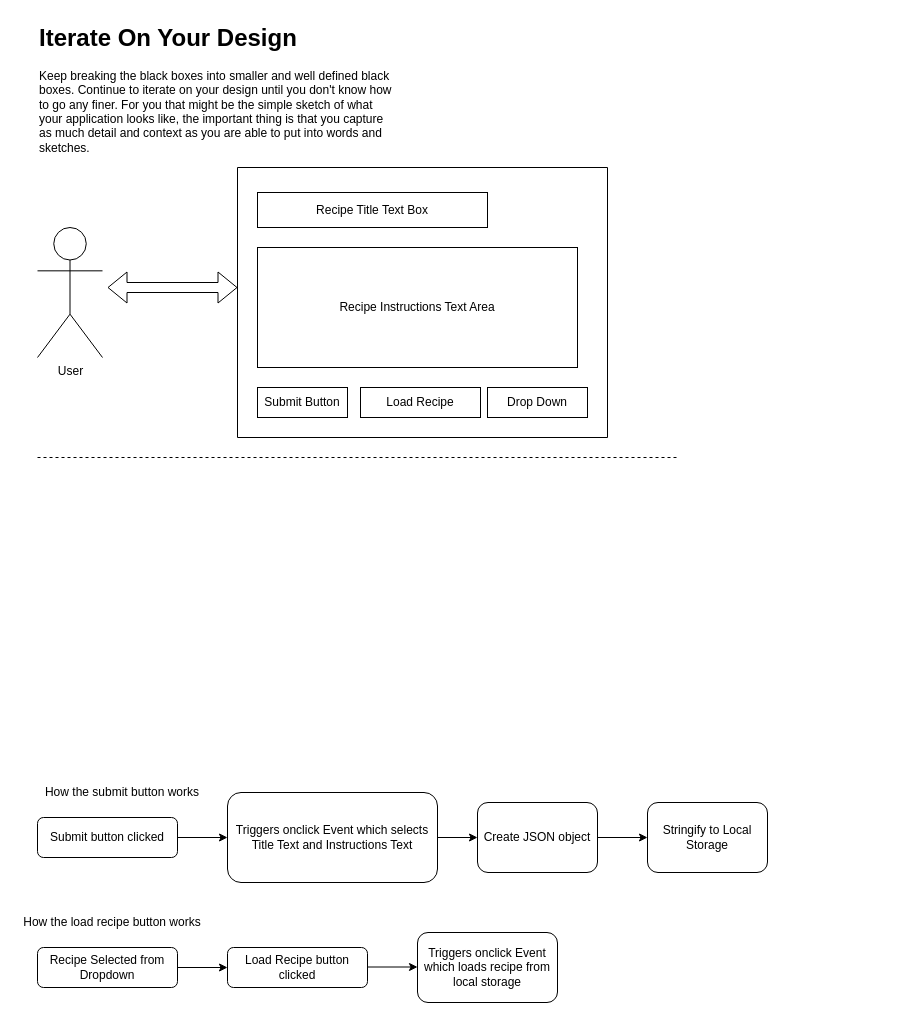
Before: page "Page-5" (4 of 4) of ProceduralManual.drawio in EricOrrDev/Diagrams, a draw.io diagram. Source tidied: cells renumbered, new cells numbered last; positions are measured from the earlier drawing's top-left corner, leaving out a move shared by most shapes. Both pictures are drawn from the tidied source at 100%, with x=0, y=0 at pixel (17, 17).
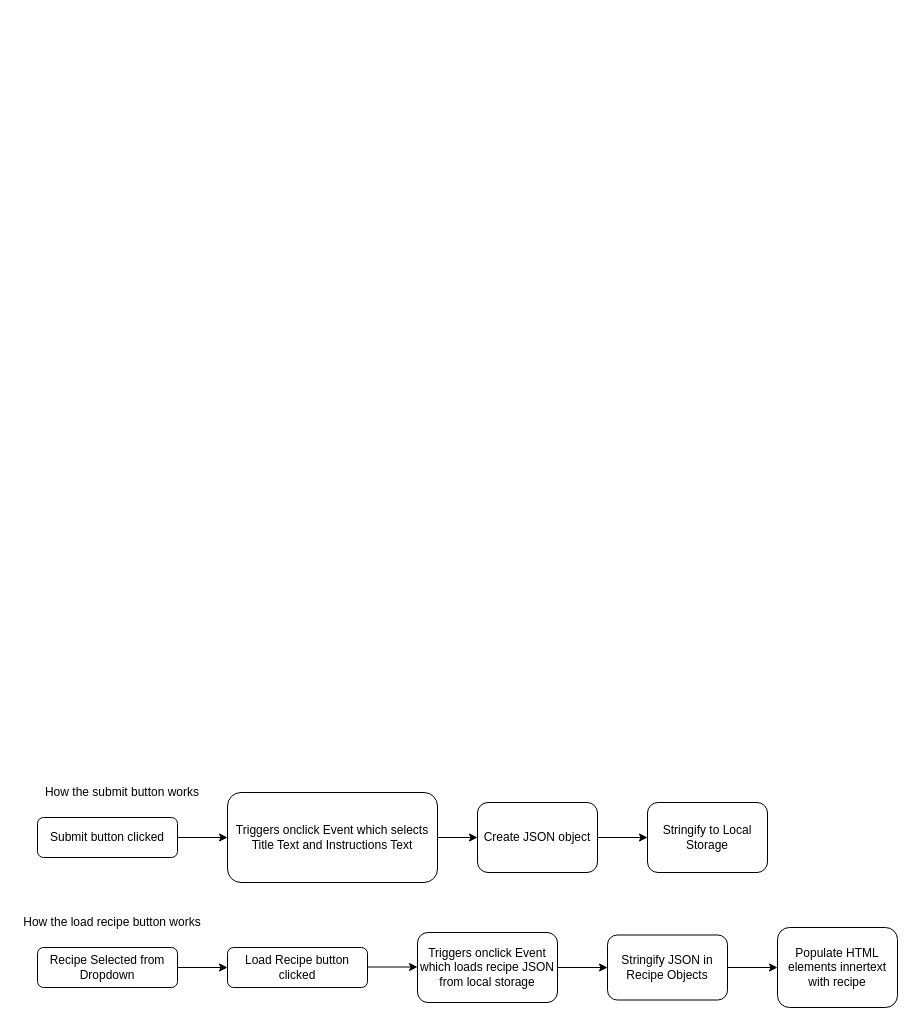
The same diagram, later.

The edit, as a diff of the source:
```diff
@@
-    <mxCell id="2" value="&lt;div&gt;User&lt;/div&gt;" style="shape=umlActor;verticalLabelPosition=bottom;verticalAlign=top;html=1;" parent="1" vertex="1">
-      <mxGeometry x="20" y="210" width="65" height="130" as="geometry" />
-    </mxCell>
-    <mxCell id="3" value="&lt;h1 style=&quot;margin-top: 0px;&quot;&gt;Iterate On Your Design&lt;br&gt;&lt;/h1&gt;&lt;p&gt;Keep breaking the black boxes into smaller and well defined black boxes. Continue to iterate on your design until you don't know how to go any finer. For you that might be the simple sketch of what your application looks like, the important thing is that you capture as much detail and context as you are able to put into words and sketches.&lt;br&gt;&lt;/p&gt;" style="text;html=1;whiteSpace=wrap;overflow=hidden;rounded=0;" parent="1" vertex="1">
-      <mxGeometry x="20" width="360" height="160" as="geometry" />
-    </mxCell>
-    <mxCell id="4" style="swimlane;startSize=0;" parent="1" vertex="1">
-      <mxGeometry x="220" y="150" width="370" height="270" as="geometry" />
-    </mxCell>
-    <mxCell id="5" value="&lt;div&gt;Submit Button&lt;/div&gt;" style="rounded=0;whiteSpace=wrap;html=1;" parent="4" vertex="1">
-      <mxGeometry x="20" y="220" width="90" height="30" as="geometry" />
-    </mxCell>
-    <mxCell id="6" value="Recipe Title Text Box" style="rounded=0;whiteSpace=wrap;html=1;" parent="4" vertex="1">
-      <mxGeometry x="20" y="25" width="230" height="35" as="geometry" />
-    </mxCell>
-    <mxCell id="7" value="Recipe Instructions Text Area" style="rounded=0;whiteSpace=wrap;html=1;" parent="4" vertex="1">
-      <mxGeometry x="20" y="80" width="320" height="120" as="geometry" />
-    </mxCell>
-    <mxCell id="8" value="Drop Down" style="rounded=0;whiteSpace=wrap;html=1;" parent="4" vertex="1">
-      <mxGeometry x="250" y="220" width="100" height="30" as="geometry" />
-    </mxCell>
-    <mxCell id="9" value="Load Recipe" style="rounded=0;whiteSpace=wrap;html=1;" parent="4" vertex="1">
-      <mxGeometry x="123" y="220" width="120" height="30" as="geometry" />
-    </mxCell>
-    <mxCell id="10" style="shape=flexArrow;endArrow=classic;startArrow=classic;html=1;rounded=0;" parent="1" edge="1">
-      <mxGeometry relative="1" as="geometry">
-        <mxPoint x="90" y="270" as="sourcePoint" />
-        <mxPoint x="220" y="270" as="targetPoint" />
-      </mxGeometry>
-    </mxCell>
-    <mxCell id="11" style="endArrow=none;dashed=1;html=1;rounded=0;" parent="1" edge="1">
-      <mxGeometry relative="1" as="geometry">
-        <mxPoint x="20" y="440" as="sourcePoint" />
-        <mxPoint x="660" y="440" as="targetPoint" />
-      </mxGeometry>
-    </mxCell>
@@
-    <mxCell id="25" value="Triggers onclick Event which loads recipe from local storage" style="rounded=1;whiteSpace=wrap;html=1;" parent="1" vertex="1">
+    <mxCell id="25" value="Triggers onclick Event which loads recipe JSON from local storage" style="rounded=1;whiteSpace=wrap;html=1;" parent="1" vertex="1">
       <mxGeometry x="400" y="915" width="140" height="70" as="geometry" />
     </mxCell>
+    <mxCell id="26" style="endArrow=classic;html=1;rounded=0;exitX=1;exitY=0.5;exitDx=0;exitDy=0;" parent="1" edge="1" source="25">
+      <mxGeometry relative="1" as="geometry">
+        <mxPoint x="590" y="950" as="targetPoint" />
+      </mxGeometry>
+    </mxCell>
+    <mxCell id="27" value="Stringify JSON in Recipe Objects" style="rounded=1;whiteSpace=wrap;html=1;" parent="1" vertex="1">
+      <mxGeometry x="590" y="917.5" width="120" height="65" as="geometry" />
+    </mxCell>
+    <mxCell id="28" style="endArrow=classic;html=1;rounded=0;exitX=1;exitY=0.5;exitDx=0;exitDy=0;" parent="1" edge="1" source="27">
+      <mxGeometry relative="1" as="geometry">
+        <mxPoint x="760" y="950" as="targetPoint" />
+      </mxGeometry>
+    </mxCell>
+    <mxCell id="29" value="Populate HTML elements innertext with recipe" style="rounded=1;whiteSpace=wrap;html=1;" parent="1" vertex="1">
+      <mxGeometry x="760" y="910" width="120" height="80" as="geometry" />
+    </mxCell>
```
